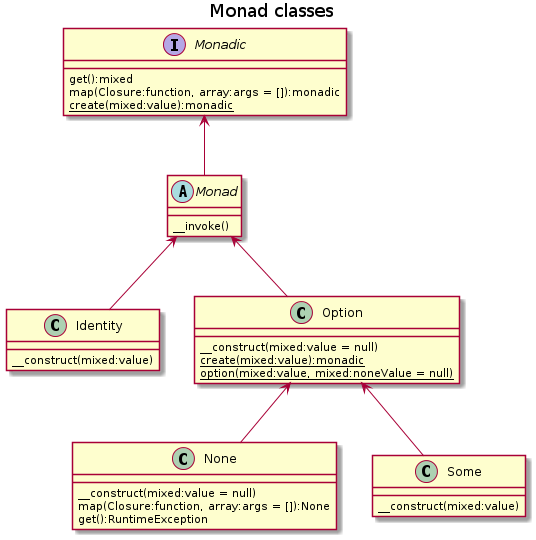
Above: docs/monad-classes.png in chippyash/Monad (PlantUML), before the change.
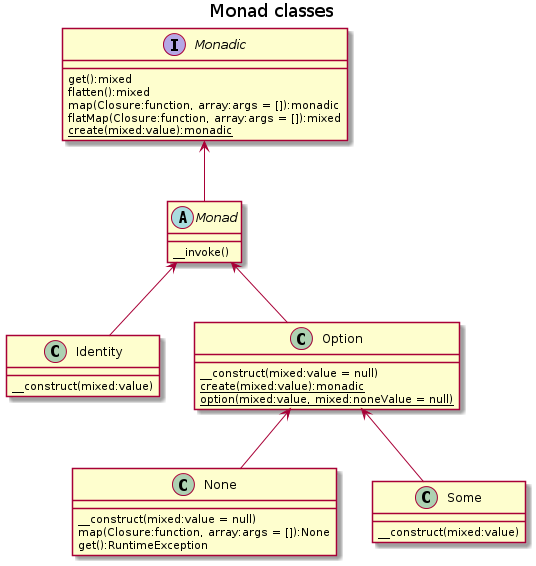
Later version of the same file.

Commit message:
add flatten and flatmap

Change to the diagram source:
```diff
@@ -3,7 +3,9 @@
 
 interface Monadic {
     get():mixed
+    flatten():mixed
     map(Closure:function, array:args = []):monadic
+    flatMap(Closure:function, array:args = []):mixed
     {static} create(mixed:value):monadic
 }
 
```
